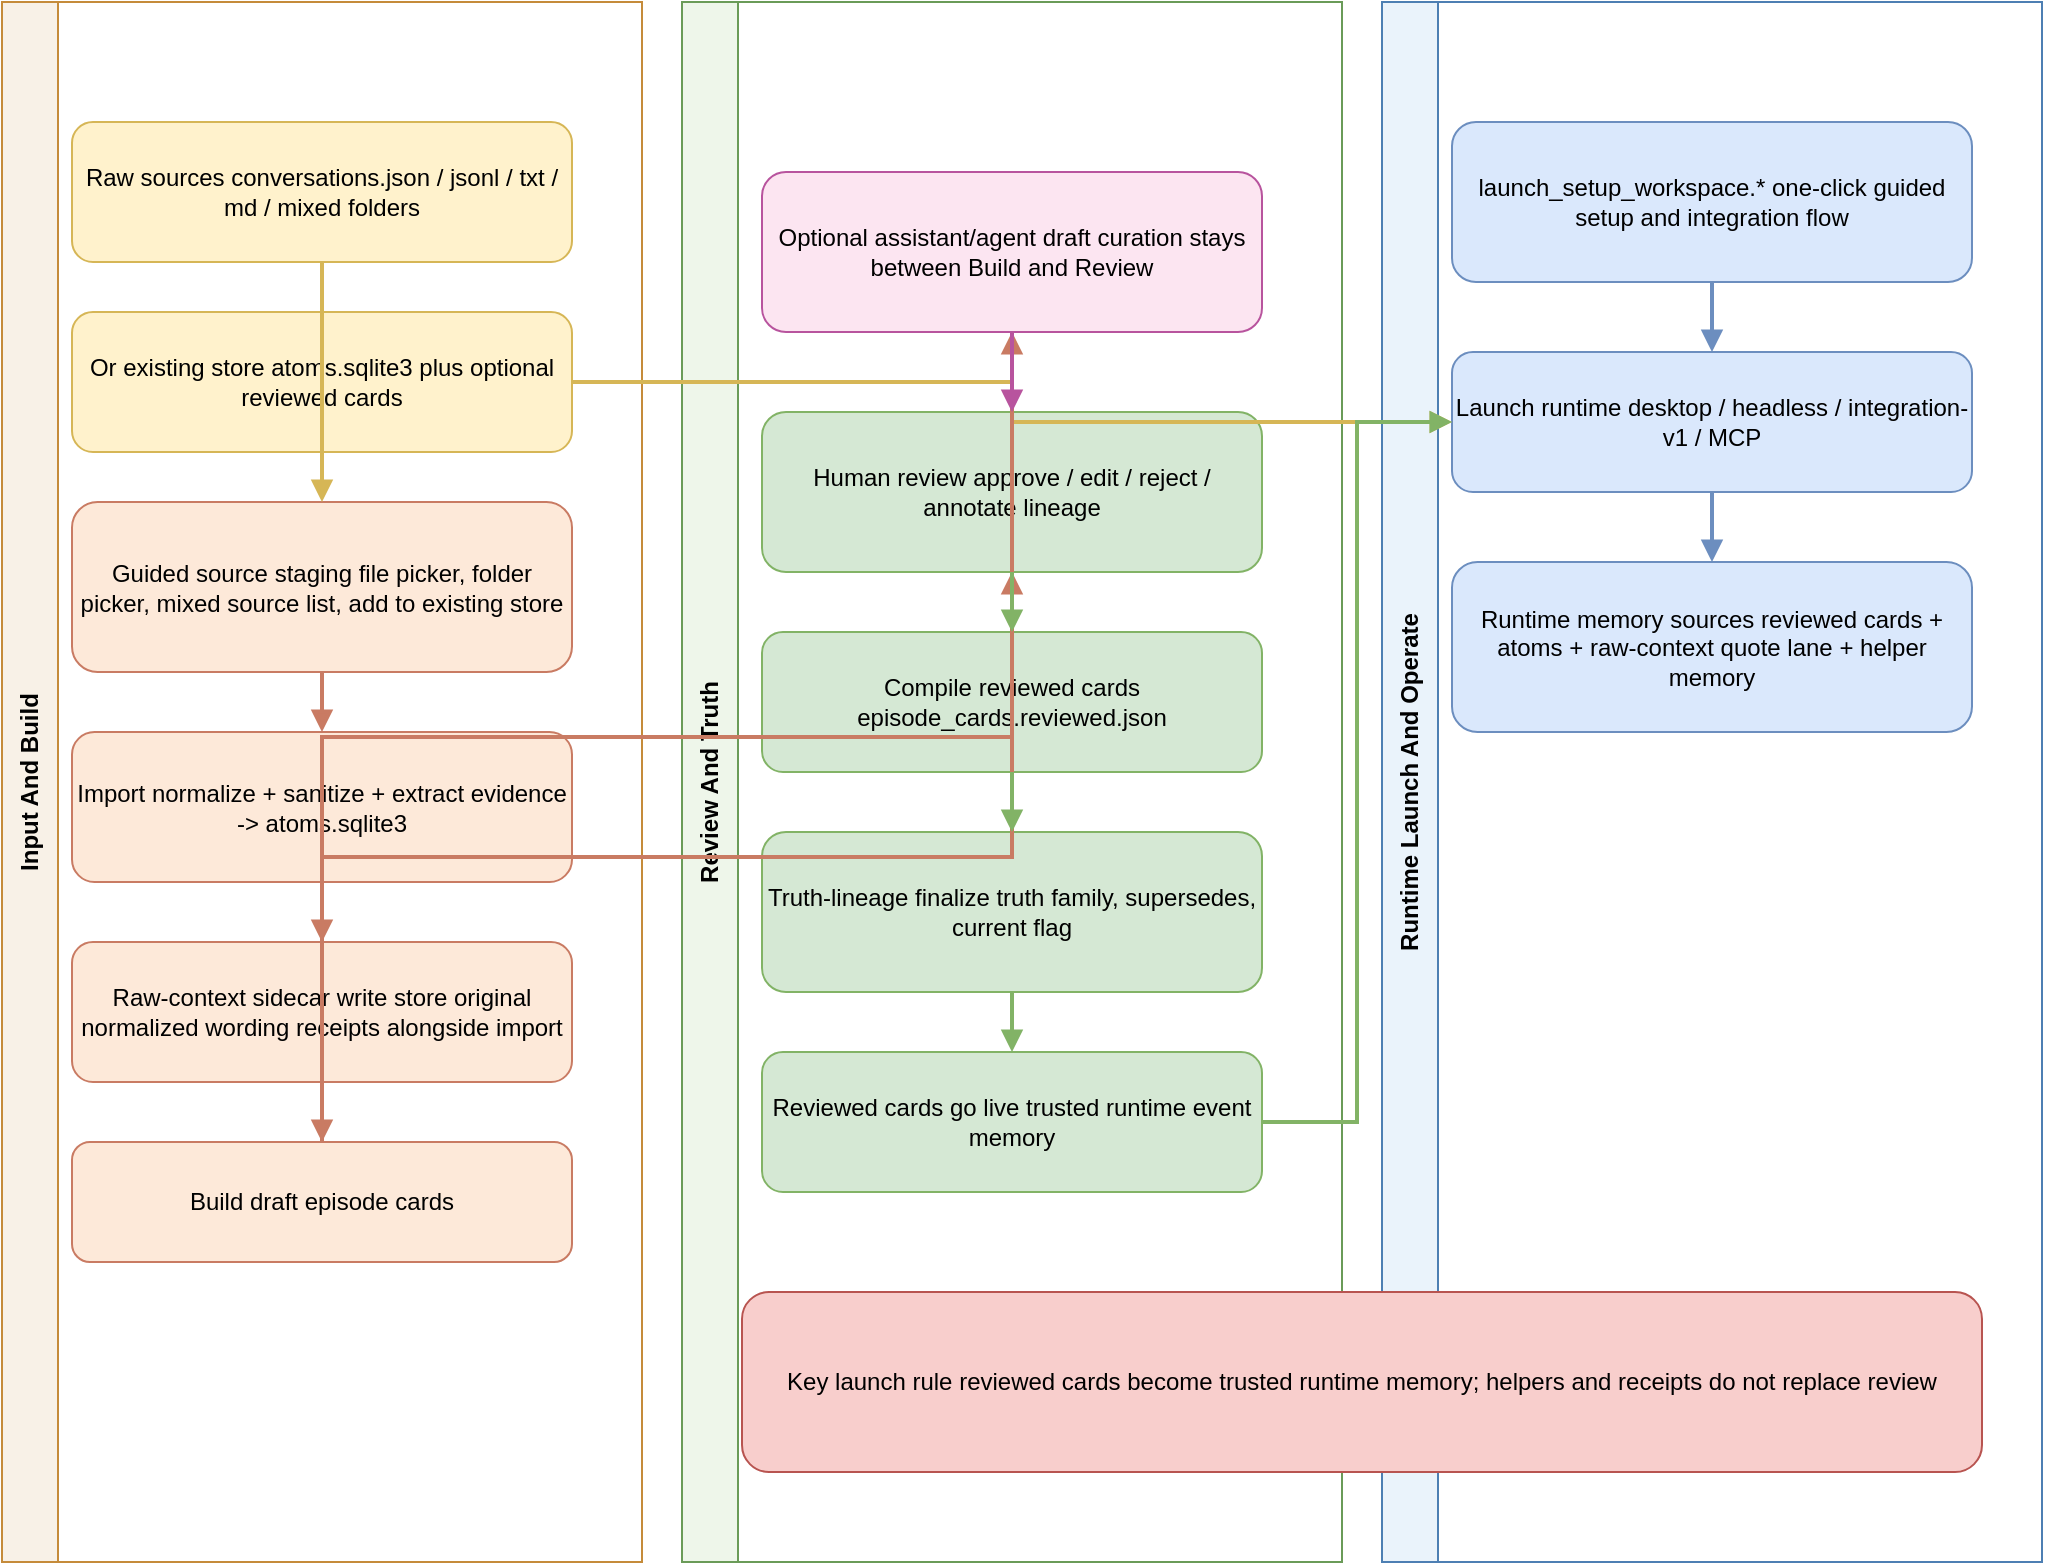
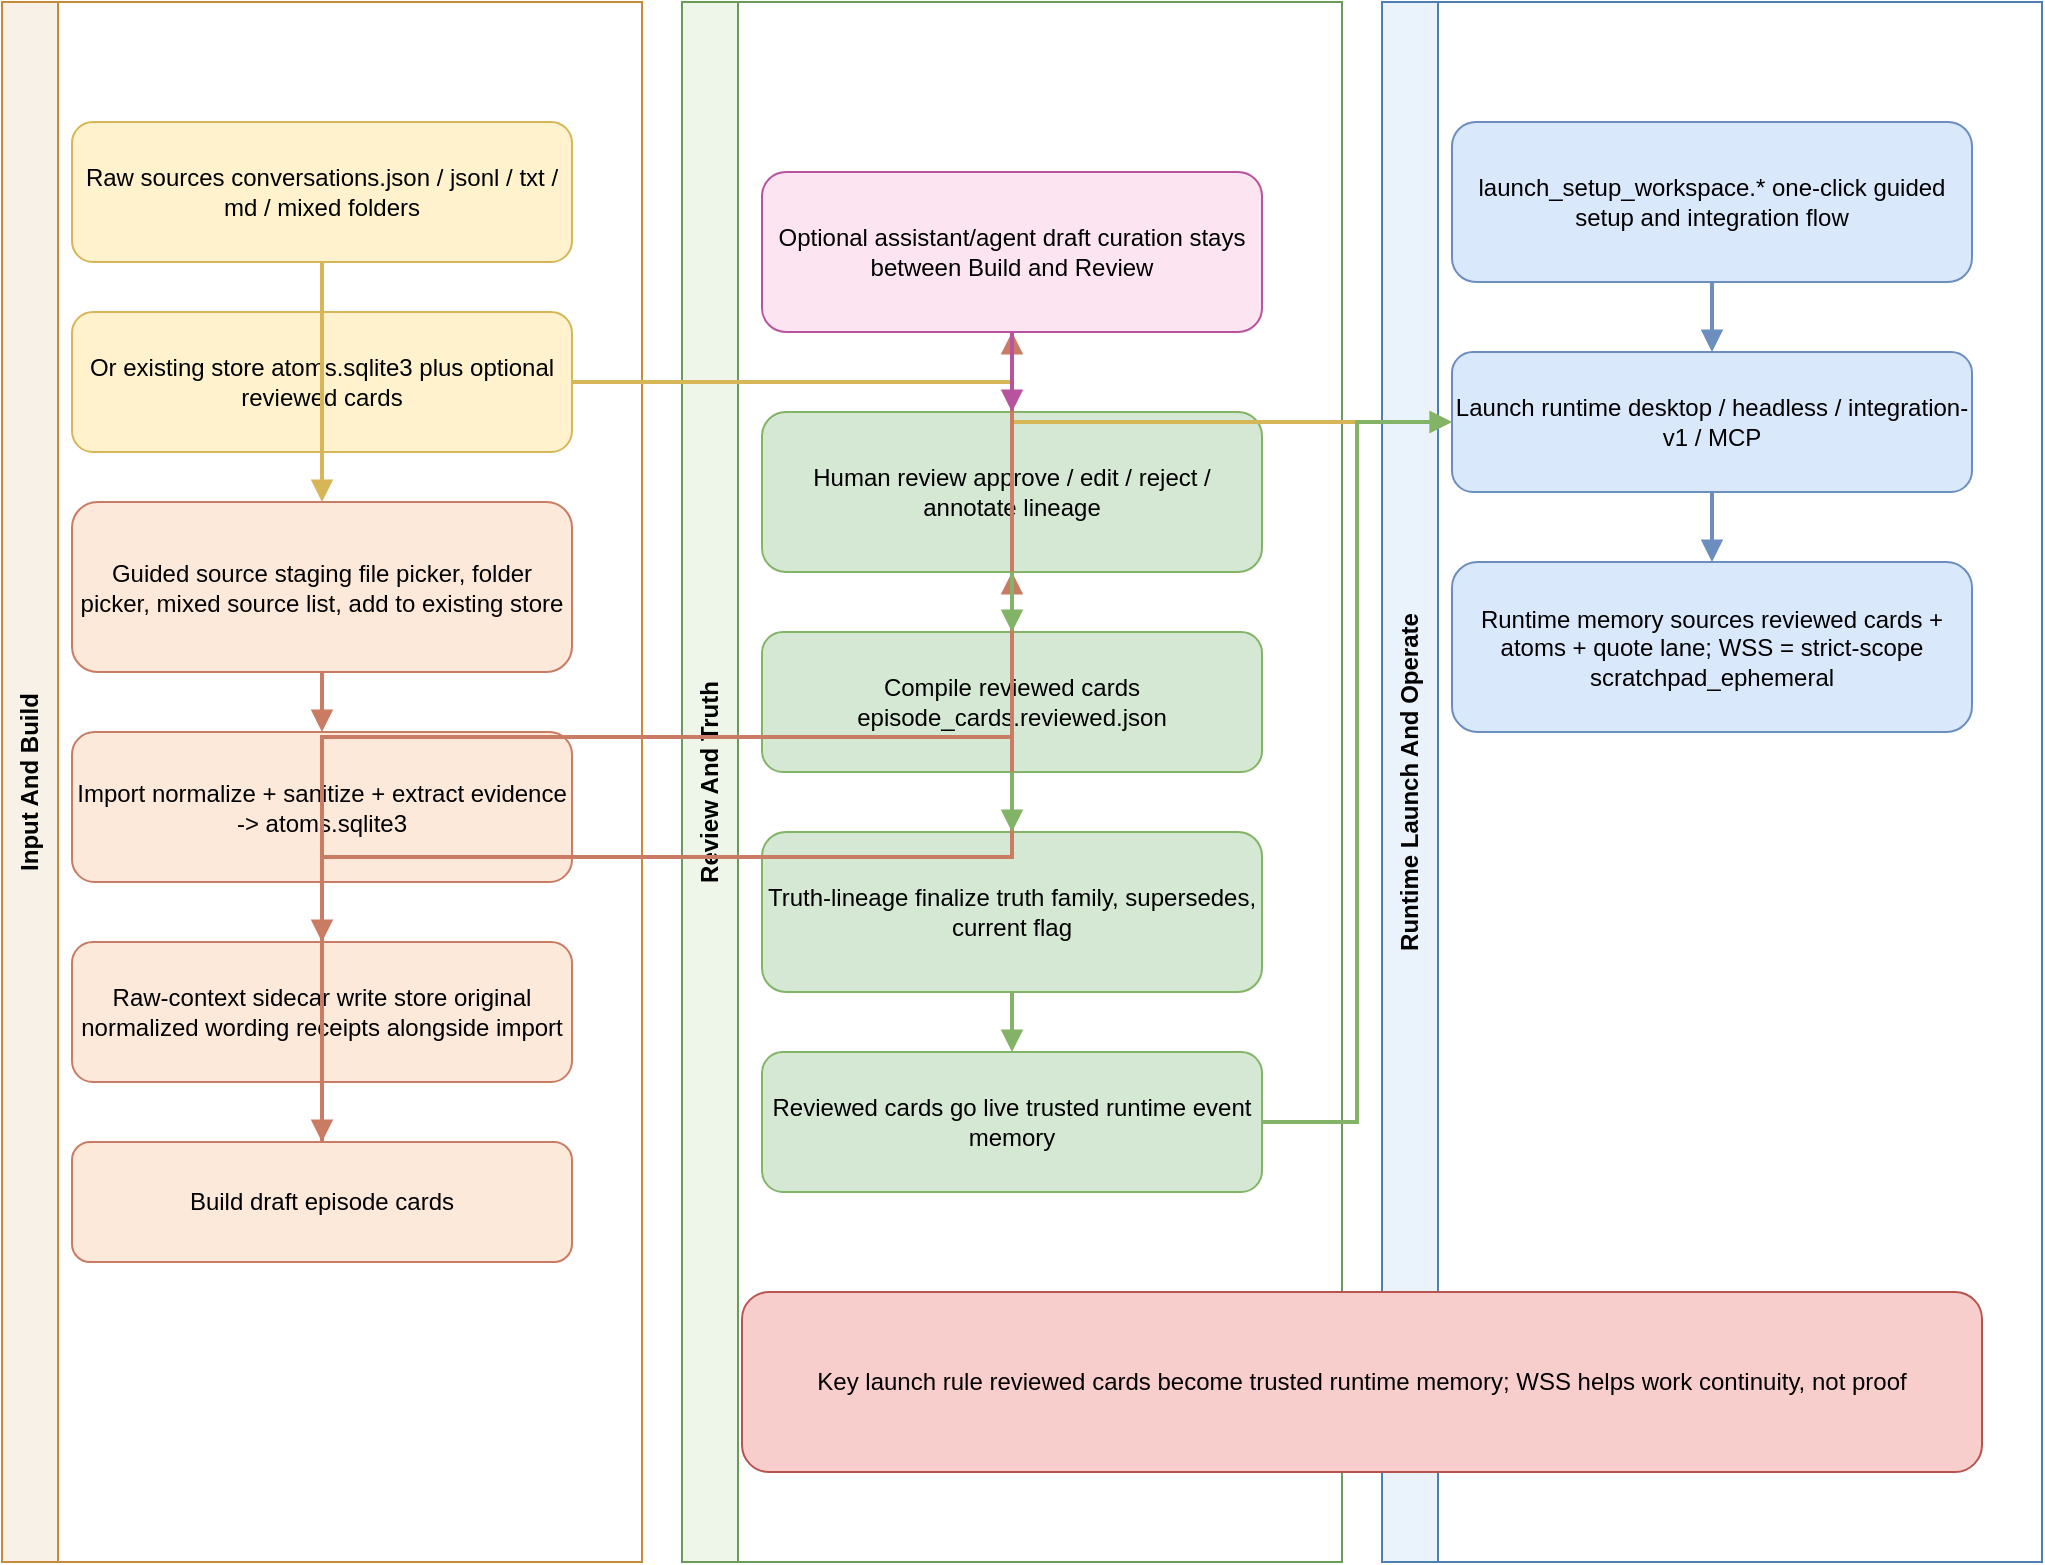
<mxfile host="app.diagrams.net" modified="2026-04-12T23:30:00.000Z" agent="Codex" version="24.7.17">
  <diagram id="launch-pipeline-engineering" name="Engineering Pipeline">
    <mxGraphModel dx="1650" dy="1050" grid="1" gridSize="10" guides="1" tooltips="1" connect="1" arrows="1" fold="1" page="1" pageScale="1" pageWidth="1600" pageHeight="980" math="0" shadow="0">
      <root>
        <mxCell id="0" />
        <mxCell id="1" parent="0" />
        <mxCell id="lane1" value="Input And Build" style="swimlane;whiteSpace=wrap;html=1;rounded=0;horizontal=0;startSize=28;fontStyle=1;fillColor=#f8f1e7;strokeColor=#c58b3a;" vertex="1" parent="1">
          <mxGeometry x="20" y="20" width="320" height="780" as="geometry" />
        </mxCell>
        <mxCell id="lane2" value="Review And Truth" style="swimlane;whiteSpace=wrap;html=1;rounded=0;horizontal=0;startSize=28;fontStyle=1;fillColor=#eef6ea;strokeColor=#6a9b58;" vertex="1" parent="1">
          <mxGeometry x="360" y="20" width="330" height="780" as="geometry" />
        </mxCell>
        <mxCell id="lane3" value="Runtime Launch And Operate" style="swimlane;whiteSpace=wrap;html=1;rounded=0;horizontal=0;startSize=28;fontStyle=1;fillColor=#eaf3fb;strokeColor=#4d7fb3;" vertex="1" parent="1">
          <mxGeometry x="710" y="20" width="330" height="780" as="geometry" />
        </mxCell>
        <mxCell id="l1" value="Raw sources&amp;#10;conversations.json / jsonl / txt / md / mixed folders" style="rounded=1;whiteSpace=wrap;html=1;fillColor=#fff2cc;strokeColor=#d6b656;" vertex="1" parent="1">
          <mxGeometry x="55" y="80" width="250" height="70" as="geometry" />
        </mxCell>
        <mxCell id="l2" value="Or existing store&amp;#10;atoms.sqlite3 plus optional reviewed cards" style="rounded=1;whiteSpace=wrap;html=1;fillColor=#fff2cc;strokeColor=#d6b656;" vertex="1" parent="1">
          <mxGeometry x="55" y="175" width="250" height="70" as="geometry" />
        </mxCell>
        <mxCell id="l3" value="Guided source staging&amp;#10;file picker, folder picker, mixed source list, add to existing store" style="rounded=1;whiteSpace=wrap;html=1;fillColor=#fde9d9;strokeColor=#c97b63;" vertex="1" parent="1">
          <mxGeometry x="55" y="270" width="250" height="85" as="geometry" />
        </mxCell>
        <mxCell id="l4" value="Import&amp;#10;normalize + sanitize + extract evidence -&amp;gt; atoms.sqlite3" style="rounded=1;whiteSpace=wrap;html=1;fillColor=#fde9d9;strokeColor=#c97b63;" vertex="1" parent="1">
          <mxGeometry x="55" y="385" width="250" height="75" as="geometry" />
        </mxCell>
        <mxCell id="l5" value="Raw-context sidecar write&amp;#10;store original normalized wording receipts alongside import" style="rounded=1;whiteSpace=wrap;html=1;fillColor=#fde9d9;strokeColor=#c97b63;" vertex="1" parent="1">
          <mxGeometry x="55" y="490" width="250" height="70" as="geometry" />
        </mxCell>
        <mxCell id="l6" value="Build draft episode cards" style="rounded=1;whiteSpace=wrap;html=1;fillColor=#fde9d9;strokeColor=#c97b63;" vertex="1" parent="1">
          <mxGeometry x="55" y="590" width="250" height="60" as="geometry" />
        </mxCell>
        <mxCell id="l7" value="Optional assistant/agent draft curation&amp;#10;stays between Build and Review" style="rounded=1;whiteSpace=wrap;html=1;fillColor=#fce5f1;strokeColor=#b8549e;" vertex="1" parent="1">
          <mxGeometry x="400" y="105" width="250" height="80" as="geometry" />
        </mxCell>
        <mxCell id="l8" value="Human review&amp;#10;approve / edit / reject / annotate lineage" style="rounded=1;whiteSpace=wrap;html=1;fillColor=#d5e8d4;strokeColor=#82b366;" vertex="1" parent="1">
          <mxGeometry x="400" y="225" width="250" height="80" as="geometry" />
        </mxCell>
        <mxCell id="l9" value="Compile reviewed cards&amp;#10;episode_cards.reviewed.json" style="rounded=1;whiteSpace=wrap;html=1;fillColor=#d5e8d4;strokeColor=#82b366;" vertex="1" parent="1">
          <mxGeometry x="400" y="335" width="250" height="70" as="geometry" />
        </mxCell>
        <mxCell id="l10" value="Truth-lineage finalize&amp;#10;truth family, supersedes, current flag" style="rounded=1;whiteSpace=wrap;html=1;fillColor=#d5e8d4;strokeColor=#82b366;" vertex="1" parent="1">
          <mxGeometry x="400" y="435" width="250" height="80" as="geometry" />
        </mxCell>
        <mxCell id="l11" value="Reviewed cards go live&amp;#10;trusted runtime event memory" style="rounded=1;whiteSpace=wrap;html=1;fillColor=#d5e8d4;strokeColor=#82b366;" vertex="1" parent="1">
          <mxGeometry x="400" y="545" width="250" height="70" as="geometry" />
        </mxCell>
        <mxCell id="l12" value="launch_setup_workspace.*&amp;#10;one-click guided setup and integration flow" style="rounded=1;whiteSpace=wrap;html=1;fillColor=#dae8fc;strokeColor=#6c8ebf;" vertex="1" parent="1">
          <mxGeometry x="745" y="80" width="260" height="80" as="geometry" />
        </mxCell>
        <mxCell id="l13" value="Launch runtime&amp;#10;desktop / headless / integration-v1 / MCP" style="rounded=1;whiteSpace=wrap;html=1;fillColor=#dae8fc;strokeColor=#6c8ebf;" vertex="1" parent="1">
          <mxGeometry x="745" y="195" width="260" height="70" as="geometry" />
        </mxCell>
-         <mxCell id="l14" value="Runtime memory sources&amp;#10;reviewed cards + atoms + raw-context quote lane + helper memory" style="rounded=1;whiteSpace=wrap;html=1;fillColor=#dae8fc;strokeColor=#6c8ebf;" vertex="1" parent="1">
+         <mxCell id="l14" value="Runtime memory sources&amp;#10;reviewed cards + atoms + quote lane; WSS = strict-scope scratchpad_ephemeral" style="rounded=1;whiteSpace=wrap;html=1;fillColor=#dae8fc;strokeColor=#6c8ebf;" vertex="1" parent="1">
          <mxGeometry x="745" y="300" width="260" height="85" as="geometry" />
        </mxCell>
-         <mxCell id="l15" value="Key launch rule&amp;#10;reviewed cards become trusted runtime memory; helpers and receipts do not replace review" style="rounded=1;whiteSpace=wrap;html=1;fillColor=#f8cecc;strokeColor=#b85450;" vertex="1" parent="1">
+         <mxCell id="l15" value="Key launch rule&amp;#10;reviewed cards become trusted runtime memory; WSS helps work continuity, not proof" style="rounded=1;whiteSpace=wrap;html=1;fillColor=#f8cecc;strokeColor=#b85450;" vertex="1" parent="1">
          <mxGeometry x="390" y="665" width="620" height="90" as="geometry" />
        </mxCell>
        <mxCell id="e2" edge="1" parent="1" source="l1" target="l3" style="edgeStyle=orthogonalEdgeStyle;orthogonalLoop=1;jettySize=auto;jumpStyle=arc;jumpSize=6;endArrow=block;endFill=1;html=1;rounded=0;strokeWidth=2;strokeColor=#d6b656;entryX=0.5;entryY=0;entryPerimeter=1;exitX=0.5;exitY=1;exitPerimeter=1;">
          <mxGeometry relative="1" as="geometry" />
        </mxCell>
        <mxCell id="e3" edge="1" parent="1" source="l2" target="l13" style="edgeStyle=orthogonalEdgeStyle;orthogonalLoop=1;jettySize=auto;jumpStyle=arc;jumpSize=6;endArrow=block;endFill=1;html=1;rounded=0;strokeWidth=2;strokeColor=#d6b656;entryX=0;entryY=0.5;entryPerimeter=1;exitX=1;exitY=0.5;exitPerimeter=1;">
          <mxGeometry relative="1" as="geometry" />
        </mxCell>
        <mxCell id="e4" edge="1" parent="1" source="l3" target="l4" style="edgeStyle=orthogonalEdgeStyle;orthogonalLoop=1;jettySize=auto;jumpStyle=arc;jumpSize=6;endArrow=block;endFill=1;html=1;rounded=0;strokeWidth=2;strokeColor=#c97b63;entryX=0.5;entryY=0;entryPerimeter=1;exitX=0.5;exitY=1;exitPerimeter=1;">
          <mxGeometry relative="1" as="geometry" />
        </mxCell>
        <mxCell id="e5" edge="1" parent="1" source="l4" target="l5" style="edgeStyle=orthogonalEdgeStyle;orthogonalLoop=1;jettySize=auto;jumpStyle=arc;jumpSize=6;endArrow=block;endFill=1;html=1;rounded=0;strokeWidth=2;strokeColor=#c97b63;entryX=0.5;entryY=0;entryPerimeter=1;exitX=0.5;exitY=1;exitPerimeter=1;">
          <mxGeometry relative="1" as="geometry" />
        </mxCell>
        <mxCell id="e6" edge="1" parent="1" source="l4" target="l6" style="edgeStyle=orthogonalEdgeStyle;orthogonalLoop=1;jettySize=auto;jumpStyle=arc;jumpSize=6;endArrow=block;endFill=1;html=1;rounded=0;strokeWidth=2;strokeColor=#c97b63;entryX=0.5;entryY=0;entryPerimeter=1;exitX=0.5;exitY=1;exitPerimeter=1;">
          <mxGeometry relative="1" as="geometry" />
        </mxCell>
        <mxCell id="e7" edge="1" parent="1" source="l6" target="l7" style="edgeStyle=orthogonalEdgeStyle;orthogonalLoop=1;jettySize=auto;jumpStyle=arc;jumpSize=6;endArrow=block;endFill=1;html=1;rounded=0;strokeWidth=2;strokeColor=#c97b63;entryX=0.5;entryY=1;entryPerimeter=1;exitX=0.5;exitY=0;exitPerimeter=1;">
          <mxGeometry relative="1" as="geometry" />
        </mxCell>
        <mxCell id="e8" edge="1" parent="1" source="l6" target="l8" style="edgeStyle=orthogonalEdgeStyle;orthogonalLoop=1;jettySize=auto;jumpStyle=arc;jumpSize=6;endArrow=block;endFill=1;html=1;rounded=0;strokeWidth=2;strokeColor=#c97b63;entryX=0.5;entryY=1;entryPerimeter=1;exitX=0.5;exitY=0;exitPerimeter=1;">
          <mxGeometry relative="1" as="geometry" />
        </mxCell>
        <mxCell id="e9" edge="1" parent="1" source="l7" target="l8" style="edgeStyle=orthogonalEdgeStyle;orthogonalLoop=1;jettySize=auto;jumpStyle=arc;jumpSize=6;endArrow=block;endFill=1;html=1;rounded=0;strokeWidth=2;strokeColor=#b8549e;entryX=0.5;entryY=0;entryPerimeter=1;exitX=0.5;exitY=1;exitPerimeter=1;">
          <mxGeometry relative="1" as="geometry" />
        </mxCell>
        <mxCell id="e10" edge="1" parent="1" source="l8" target="l9" style="edgeStyle=orthogonalEdgeStyle;orthogonalLoop=1;jettySize=auto;jumpStyle=arc;jumpSize=6;endArrow=block;endFill=1;html=1;rounded=0;strokeWidth=2;strokeColor=#82b366;entryX=0.5;entryY=0;entryPerimeter=1;exitX=0.5;exitY=1;exitPerimeter=1;">
          <mxGeometry relative="1" as="geometry" />
        </mxCell>
        <mxCell id="e11" edge="1" parent="1" source="l9" target="l10" style="edgeStyle=orthogonalEdgeStyle;orthogonalLoop=1;jettySize=auto;jumpStyle=arc;jumpSize=6;endArrow=block;endFill=1;html=1;rounded=0;strokeWidth=2;strokeColor=#82b366;entryX=0.5;entryY=0;entryPerimeter=1;exitX=0.5;exitY=1;exitPerimeter=1;">
          <mxGeometry relative="1" as="geometry" />
        </mxCell>
        <mxCell id="e12" edge="1" parent="1" source="l10" target="l11" style="edgeStyle=orthogonalEdgeStyle;orthogonalLoop=1;jettySize=auto;jumpStyle=arc;jumpSize=6;endArrow=block;endFill=1;html=1;rounded=0;strokeWidth=2;strokeColor=#82b366;entryX=0.5;entryY=0;entryPerimeter=1;exitX=0.5;exitY=1;exitPerimeter=1;">
          <mxGeometry relative="1" as="geometry" />
        </mxCell>
        <mxCell id="e13" edge="1" parent="1" source="l11" target="l13" style="edgeStyle=orthogonalEdgeStyle;orthogonalLoop=1;jettySize=auto;jumpStyle=arc;jumpSize=6;endArrow=block;endFill=1;html=1;rounded=0;strokeWidth=2;strokeColor=#82b366;entryX=0;entryY=0.5;entryPerimeter=1;exitX=1;exitY=0.5;exitPerimeter=1;">
          <mxGeometry relative="1" as="geometry" />
        </mxCell>
        <mxCell id="e14" edge="1" parent="1" source="l12" target="l13" style="edgeStyle=orthogonalEdgeStyle;orthogonalLoop=1;jettySize=auto;jumpStyle=arc;jumpSize=6;endArrow=block;endFill=1;html=1;rounded=0;strokeWidth=2;strokeColor=#6c8ebf;entryX=0.5;entryY=0;entryPerimeter=1;exitX=0.5;exitY=1;exitPerimeter=1;">
          <mxGeometry relative="1" as="geometry" />
        </mxCell>
        <mxCell id="e15" edge="1" parent="1" source="l13" target="l14" style="edgeStyle=orthogonalEdgeStyle;orthogonalLoop=1;jettySize=auto;jumpStyle=arc;jumpSize=6;endArrow=block;endFill=1;html=1;rounded=0;strokeWidth=2;strokeColor=#6c8ebf;entryX=0.5;entryY=0;entryPerimeter=1;exitX=0.5;exitY=1;exitPerimeter=1;">
          <mxGeometry relative="1" as="geometry" />
        </mxCell>
      </root>
    </mxGraphModel>
  </diagram>
  <diagram id="launch-pipeline-caveman" name="Caveman Pipeline">
    <mxGraphModel dx="1450" dy="900" grid="1" gridSize="10" guides="1" tooltips="1" connect="1" arrows="1" fold="1" page="1" pageScale="1" pageWidth="1450" pageHeight="900" math="0" shadow="0">
      <root>
        <mxCell id="0" />
        <mxCell id="1" parent="0" />
        <mxCell id="q1" value="1. Click the starter file or open the app." style="rounded=1;whiteSpace=wrap;html=1;fillColor=#fff2cc;strokeColor=#d6b656;" vertex="1" parent="1">
          <mxGeometry x="60" y="90" width="240" height="70" as="geometry" />
        </mxCell>
        <mxCell id="q2" value="2. Pick files, folders, or an existing store.&amp;#10;You can mix folders and single files." style="rounded=1;whiteSpace=wrap;html=1;fillColor=#fff2cc;strokeColor=#d6b656;" vertex="1" parent="1">
          <mxGeometry x="360" y="90" width="280" height="90" as="geometry" />
        </mxCell>
        <mxCell id="q3" value="3. MNO cleans the pile and makes atoms.&amp;#10;Atoms = small evidence pieces." style="rounded=1;whiteSpace=wrap;html=1;fillColor=#fde9d9;strokeColor=#c97b63;" vertex="1" parent="1">
          <mxGeometry x="700" y="90" width="260" height="90" as="geometry" />
        </mxCell>
        <mxCell id="q4" value="4. MNO also keeps a wording receipt for quote checks." style="rounded=1;whiteSpace=wrap;html=1;fillColor=#fde9d9;strokeColor=#c97b63;" vertex="1" parent="1">
          <mxGeometry x="1020" y="90" width="260" height="80" as="geometry" />
        </mxCell>
        <mxCell id="q5" value="5. MNO builds rough story cards.&amp;#10;Rough = draft, not trusted yet." style="rounded=1;whiteSpace=wrap;html=1;fillColor=#fde9d9;strokeColor=#c97b63;" vertex="1" parent="1">
          <mxGeometry x="160" y="280" width="270" height="90" as="geometry" />
        </mxCell>
        <mxCell id="q6" value="6. Assistant/agent can help clean the draft, but it stays draft-only." style="rounded=1;whiteSpace=wrap;html=1;fillColor=#fce5f1;strokeColor=#b8549e;" vertex="1" parent="1">
          <mxGeometry x="500" y="280" width="310" height="90" as="geometry" />
        </mxCell>
        <mxCell id="q7" value="7. Human decides what becomes trusted memory." style="rounded=1;whiteSpace=wrap;html=1;fillColor=#d5e8d4;strokeColor=#82b366;" vertex="1" parent="1">
          <mxGeometry x="880" y="280" width="280" height="80" as="geometry" />
        </mxCell>
        <mxCell id="q8" value="8. Corrected reviewed cards stay linked so old vs current truth is clearer." style="rounded=1;whiteSpace=wrap;html=1;fillColor=#d5e8d4;strokeColor=#82b366;" vertex="1" parent="1">
          <mxGeometry x="260" y="470" width="360" height="90" as="geometry" />
        </mxCell>
        <mxCell id="q9" value="9. Reviewed memory goes live in the runtime." style="rounded=1;whiteSpace=wrap;html=1;fillColor=#dae8fc;strokeColor=#6c8ebf;" vertex="1" parent="1">
          <mxGeometry x="700" y="470" width="280" height="80" as="geometry" />
        </mxCell>
-         <mxCell id="q10" value="Words to know&amp;#10;MCP = Model Context Protocol&amp;#10;ANN = approximate nearest neighbor" style="rounded=1;whiteSpace=wrap;html=1;fillColor=#e1d5e7;strokeColor=#9673a6;" vertex="1" parent="1">
+         <mxCell id="q10" value="Words to know&amp;#10;MCP = Model Context Protocol&amp;#10;ANN = approximate nearest neighbor&amp;#10;WSS = work-session scratchpad" style="rounded=1;whiteSpace=wrap;html=1;fillColor=#e1d5e7;strokeColor=#9673a6;" vertex="1" parent="1">
          <mxGeometry x="480" y="640" width="320" height="90" as="geometry" />
        </mxCell>
        <mxCell id="e2" edge="1" parent="1" source="q1" target="q2" style="edgeStyle=orthogonalEdgeStyle;orthogonalLoop=1;jettySize=auto;jumpStyle=arc;jumpSize=6;endArrow=block;endFill=1;html=1;rounded=0;strokeWidth=2;strokeColor=#d6b656;entryX=0;entryY=0.5;entryPerimeter=1;exitX=1;exitY=0.5;exitPerimeter=1;">
          <mxGeometry relative="1" as="geometry" />
        </mxCell>
        <mxCell id="e3" edge="1" parent="1" source="q2" target="q3" style="edgeStyle=orthogonalEdgeStyle;orthogonalLoop=1;jettySize=auto;jumpStyle=arc;jumpSize=6;endArrow=block;endFill=1;html=1;rounded=0;strokeWidth=2;strokeColor=#d6b656;entryX=0;entryY=0.5;entryPerimeter=1;exitX=1;exitY=0.5;exitPerimeter=1;">
          <mxGeometry relative="1" as="geometry" />
        </mxCell>
        <mxCell id="e4" edge="1" parent="1" source="q3" target="q4" style="edgeStyle=orthogonalEdgeStyle;orthogonalLoop=1;jettySize=auto;jumpStyle=arc;jumpSize=6;endArrow=block;endFill=1;html=1;rounded=0;strokeWidth=2;strokeColor=#c97b63;entryX=0;entryY=0.5;entryPerimeter=1;exitX=1;exitY=0.5;exitPerimeter=1;">
          <mxGeometry relative="1" as="geometry" />
        </mxCell>
        <mxCell id="e5" edge="1" parent="1" source="q3" target="q5" style="edgeStyle=orthogonalEdgeStyle;orthogonalLoop=1;jettySize=auto;jumpStyle=arc;jumpSize=6;endArrow=block;endFill=1;html=1;rounded=0;strokeWidth=2;strokeColor=#c97b63;entryX=1;entryY=0.5;entryPerimeter=1;exitX=0;exitY=0.5;exitPerimeter=1;">
          <mxGeometry relative="1" as="geometry" />
        </mxCell>
        <mxCell id="e6" edge="1" parent="1" source="q5" target="q6" style="edgeStyle=orthogonalEdgeStyle;orthogonalLoop=1;jettySize=auto;jumpStyle=arc;jumpSize=6;endArrow=block;endFill=1;html=1;rounded=0;strokeWidth=2;strokeColor=#c97b63;entryX=0;entryY=0.5;entryPerimeter=1;exitX=1;exitY=0.5;exitPerimeter=1;">
          <mxGeometry relative="1" as="geometry" />
        </mxCell>
        <mxCell id="e7" edge="1" parent="1" source="q6" target="q7" style="edgeStyle=orthogonalEdgeStyle;orthogonalLoop=1;jettySize=auto;jumpStyle=arc;jumpSize=6;endArrow=block;endFill=1;html=1;rounded=0;strokeWidth=2;strokeColor=#b8549e;entryX=0;entryY=0.5;entryPerimeter=1;exitX=1;exitY=0.5;exitPerimeter=1;">
          <mxGeometry relative="1" as="geometry" />
        </mxCell>
        <mxCell id="e8" edge="1" parent="1" source="q7" target="q8" style="edgeStyle=orthogonalEdgeStyle;orthogonalLoop=1;jettySize=auto;jumpStyle=arc;jumpSize=6;endArrow=block;endFill=1;html=1;rounded=0;strokeWidth=2;strokeColor=#82b366;entryX=1;entryY=0.5;entryPerimeter=1;exitX=0;exitY=0.5;exitPerimeter=1;">
          <mxGeometry relative="1" as="geometry" />
        </mxCell>
        <mxCell id="e9" edge="1" parent="1" source="q8" target="q9" style="edgeStyle=orthogonalEdgeStyle;orthogonalLoop=1;jettySize=auto;jumpStyle=arc;jumpSize=6;endArrow=block;endFill=1;html=1;rounded=0;strokeWidth=2;strokeColor=#82b366;entryX=0;entryY=0.5;entryPerimeter=1;exitX=1;exitY=0.5;exitPerimeter=1;">
          <mxGeometry relative="1" as="geometry" />
        </mxCell>
      </root>
    </mxGraphModel>
  </diagram>
- </mxfile>+ </mxfile>
